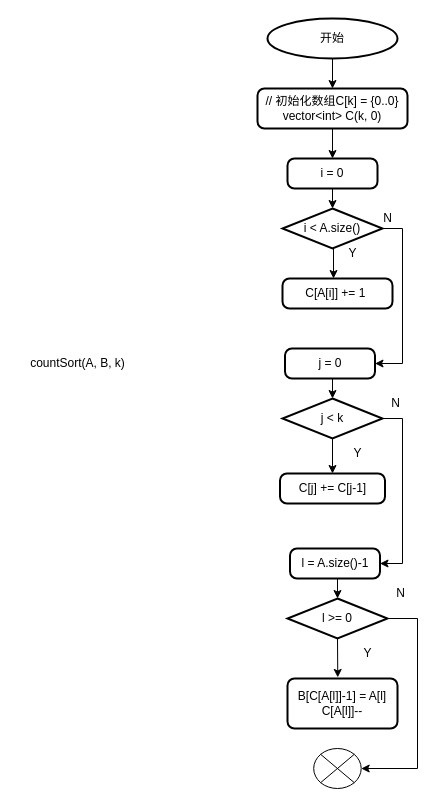
Before: countsort.drawio in yindehao/draw.io_3, a draw.io diagram. Source tidied: cells renumbered, new cells numbered last; positions are measured from the earlier drawing's top-left corner, leaving out a move shared by most shapes. Both pictures are drawn from the tidied source at 100%, with x=0, y=0 at pixel (17, 18).
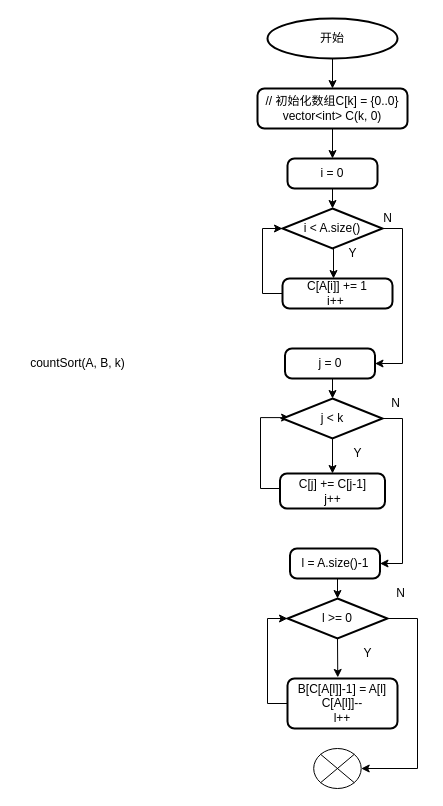
The same page after the edit.

Unchanged cells that the change refers to:
```xml
<mxCell id="13" value="i &amp;lt; A.size()" style="strokeWidth=2;html=1;shape=mxgraph.flowchart.decision;whiteSpace=wrap;" parent="1" vertex="1">
  <mxGeometry x="265" y="190" width="100" height="40" as="geometry" />
</mxCell>
<mxCell id="18" value="j &amp;lt; k" style="strokeWidth=2;html=1;shape=mxgraph.flowchart.decision;whiteSpace=wrap;" parent="1" vertex="1">
  <mxGeometry x="265" y="380" width="100" height="40" as="geometry" />
</mxCell>
<mxCell id="25" value="l &amp;gt;= 0" style="strokeWidth=2;html=1;shape=mxgraph.flowchart.decision;whiteSpace=wrap;" parent="1" vertex="1">
  <mxGeometry x="270" y="580" width="100" height="40" as="geometry" />
</mxCell>
```

What changed in the source:
```diff
@@
+    <mxCell id="32" style="edgeStyle=orthogonalEdgeStyle;rounded=0;jettySize=auto;html=1;exitX=0;exitY=0.5;exitDx=0;exitDy=0;entryX=0;entryY=0.5;entryDx=0;entryDy=0;entryPerimeter=0;" parent="1" edge="1" source="2" target="13">
+      <mxGeometry relative="1" as="geometry" />
+    </mxCell>
-    <mxCell id="2" value="C[A[i]] += 1&amp;nbsp;" style="rounded=1;whiteSpace=wrap;html=1;absoluteArcSize=1;arcSize=14;strokeWidth=2;" parent="1" vertex="1">
+    <mxCell id="2" value="C[A[i]] += 1&lt;br&gt;i++&amp;nbsp;" style="rounded=1;whiteSpace=wrap;html=1;absoluteArcSize=1;arcSize=14;strokeWidth=2;" parent="1" vertex="1">
       <mxGeometry x="265" y="260" width="110" height="30" as="geometry" />
     </mxCell>
@@
+    <mxCell id="33" style="edgeStyle=orthogonalEdgeStyle;rounded=0;jettySize=auto;html=1;exitX=0;exitY=0.5;exitDx=0;exitDy=0;entryX=0.071;entryY=0.478;entryDx=0;entryDy=0;entryPerimeter=0;" parent="1" edge="1" source="15" target="18">
+      <mxGeometry relative="1" as="geometry">
+        <Array as="points">
+          <mxPoint x="243" y="470" />
+          <mxPoint x="243" y="399" />
+        </Array>
+      </mxGeometry>
+    </mxCell>
-    <mxCell id="15" value="C[j] += C[j-1]" style="rounded=1;whiteSpace=wrap;html=1;absoluteArcSize=1;arcSize=14;strokeWidth=2;" parent="1" vertex="1">
-      <mxGeometry x="262.5" y="455" width="105" height="30" as="geometry" />
+    <mxCell id="15" value="C[j] += C[j-1]&lt;br&gt;j++" style="rounded=1;whiteSpace=wrap;html=1;absoluteArcSize=1;arcSize=14;strokeWidth=2;" parent="1" vertex="1">
+      <mxGeometry x="262.5" y="455" width="105" height="35" as="geometry" />
     </mxCell>
@@
+    <mxCell id="34" style="edgeStyle=orthogonalEdgeStyle;rounded=0;jettySize=auto;html=1;exitX=0;exitY=0.5;exitDx=0;exitDy=0;entryX=0;entryY=0.5;entryDx=0;entryDy=0;entryPerimeter=0;" parent="1" edge="1" source="22" target="25">
+      <mxGeometry relative="1" as="geometry" />
+    </mxCell>
-    <mxCell id="22" value="&lt;div&gt;B[C[A[l]]-1] = A[l]&lt;/div&gt;&lt;div&gt;C[A[l]]--&lt;/div&gt;" style="rounded=1;whiteSpace=wrap;html=1;absoluteArcSize=1;arcSize=14;strokeWidth=2;" parent="1" vertex="1">
+    <mxCell id="22" value="&lt;div&gt;B[C[A[l]]-1] = A[l]&lt;/div&gt;&lt;div&gt;C[A[l]]--&lt;/div&gt;&lt;div&gt;l++&lt;/div&gt;" style="rounded=1;whiteSpace=wrap;html=1;absoluteArcSize=1;arcSize=14;strokeWidth=2;" parent="1" vertex="1">
       <mxGeometry x="270" y="660" width="110" height="50" as="geometry" />
     </mxCell>
```
